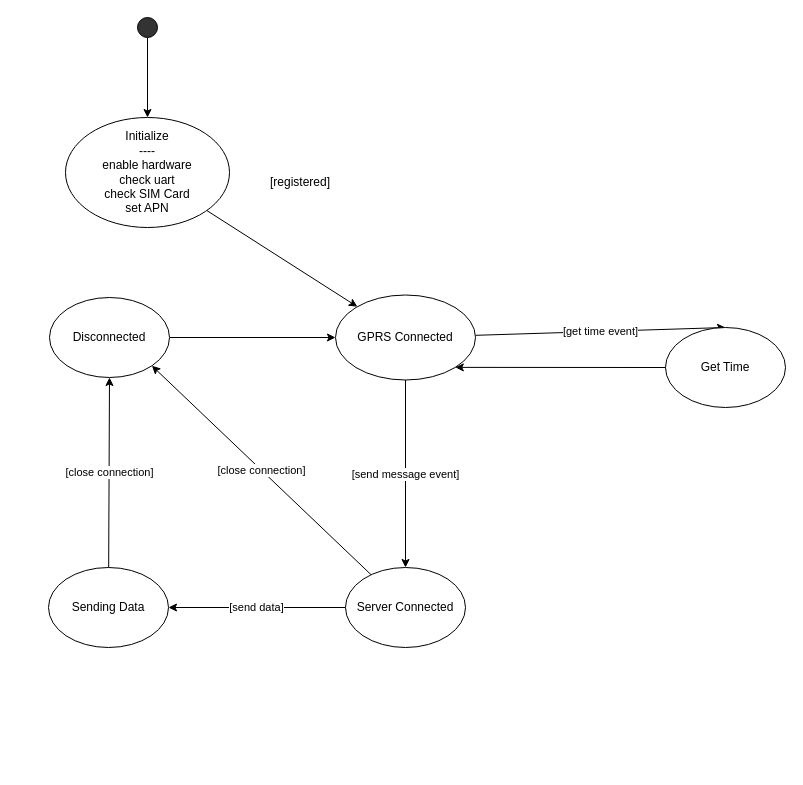
Earlier version of the draw.io diagram docs/drawio/sim_state_machine.drawio (MariusSchmid/hekate-gateway). Source tidied: cells renumbered, new cells numbered last; positions are measured from the earlier drawing's top-left corner, leaving out a move shared by most shapes. Both pictures are drawn from the tidied source at 100%, with x=0, y=0 at pixel (48, 17).
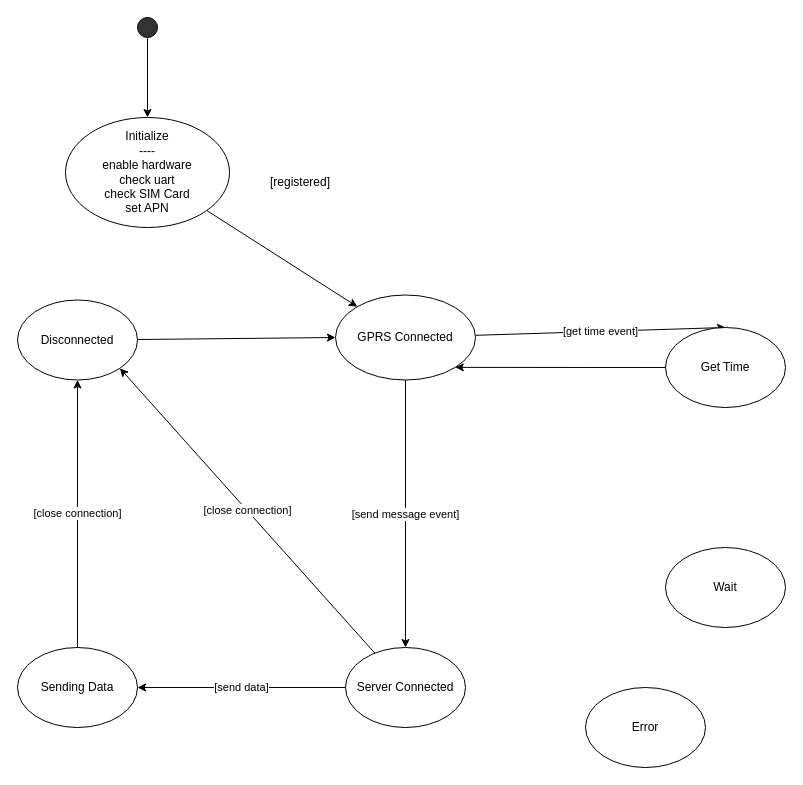
The same page after the edit.

The change refers to these unchanged cells:
```xml
<mxCell id="13" value="GPRS Connected" style="ellipse;whiteSpace=wrap;html=1;" parent="1" vertex="1">
  <mxGeometry x="287" y="277.5" width="140" height="85" as="geometry" />
</mxCell>
```

The edit, as a diff of the source:
```diff
@@
     <mxCell id="6" value="Server Connected" style="ellipse;whiteSpace=wrap;html=1;" parent="1" vertex="1">
-      <mxGeometry x="297" y="550" width="120" height="80" as="geometry" />
+      <mxGeometry x="297" y="630" width="120" height="80" as="geometry" />
     </mxCell>
@@
     <mxCell id="8" value="Sending Data" style="ellipse;whiteSpace=wrap;html=1;" parent="1" vertex="1">
-      <mxGeometry y="550" width="120" height="80" as="geometry" />
+      <mxGeometry x="-31" y="630" width="120" height="80" as="geometry" />
     </mxCell>
@@
     <mxCell id="10" value="Disconnected" style="ellipse;whiteSpace=wrap;html=1;" parent="1" vertex="1">
-      <mxGeometry x="1" y="280" width="120" height="80" as="geometry" />
+      <mxGeometry x="-31" y="282.5" width="120" height="80" as="geometry" />
     </mxCell>
-    <mxCell id="11" value="[send message event]" style="edgeStyle=none;rounded=0;jettySize=auto;html=1;entryX=0.5;entryY=0;entryDx=0;entryDy=0;" parent="1" edge="1" source="13" target="6">
+    <mxCell id="11" value="[send message event]" style="edgeStyle=none;rounded=0;jettySize=auto;html=1;" parent="1" edge="1" source="13" target="6">
       <mxGeometry relative="1" as="geometry" />
     </mxCell>
@@
+    <mxCell id="20" value="Wait" style="ellipse;whiteSpace=wrap;html=1;" parent="1" vertex="1">
+      <mxGeometry x="617" y="530" width="120" height="80" as="geometry" />
+    </mxCell>
+    <mxCell id="21" value="Error" style="ellipse;whiteSpace=wrap;html=1;" parent="1" vertex="1">
+      <mxGeometry x="537" y="670" width="120" height="80" as="geometry" />
+    </mxCell>
```
